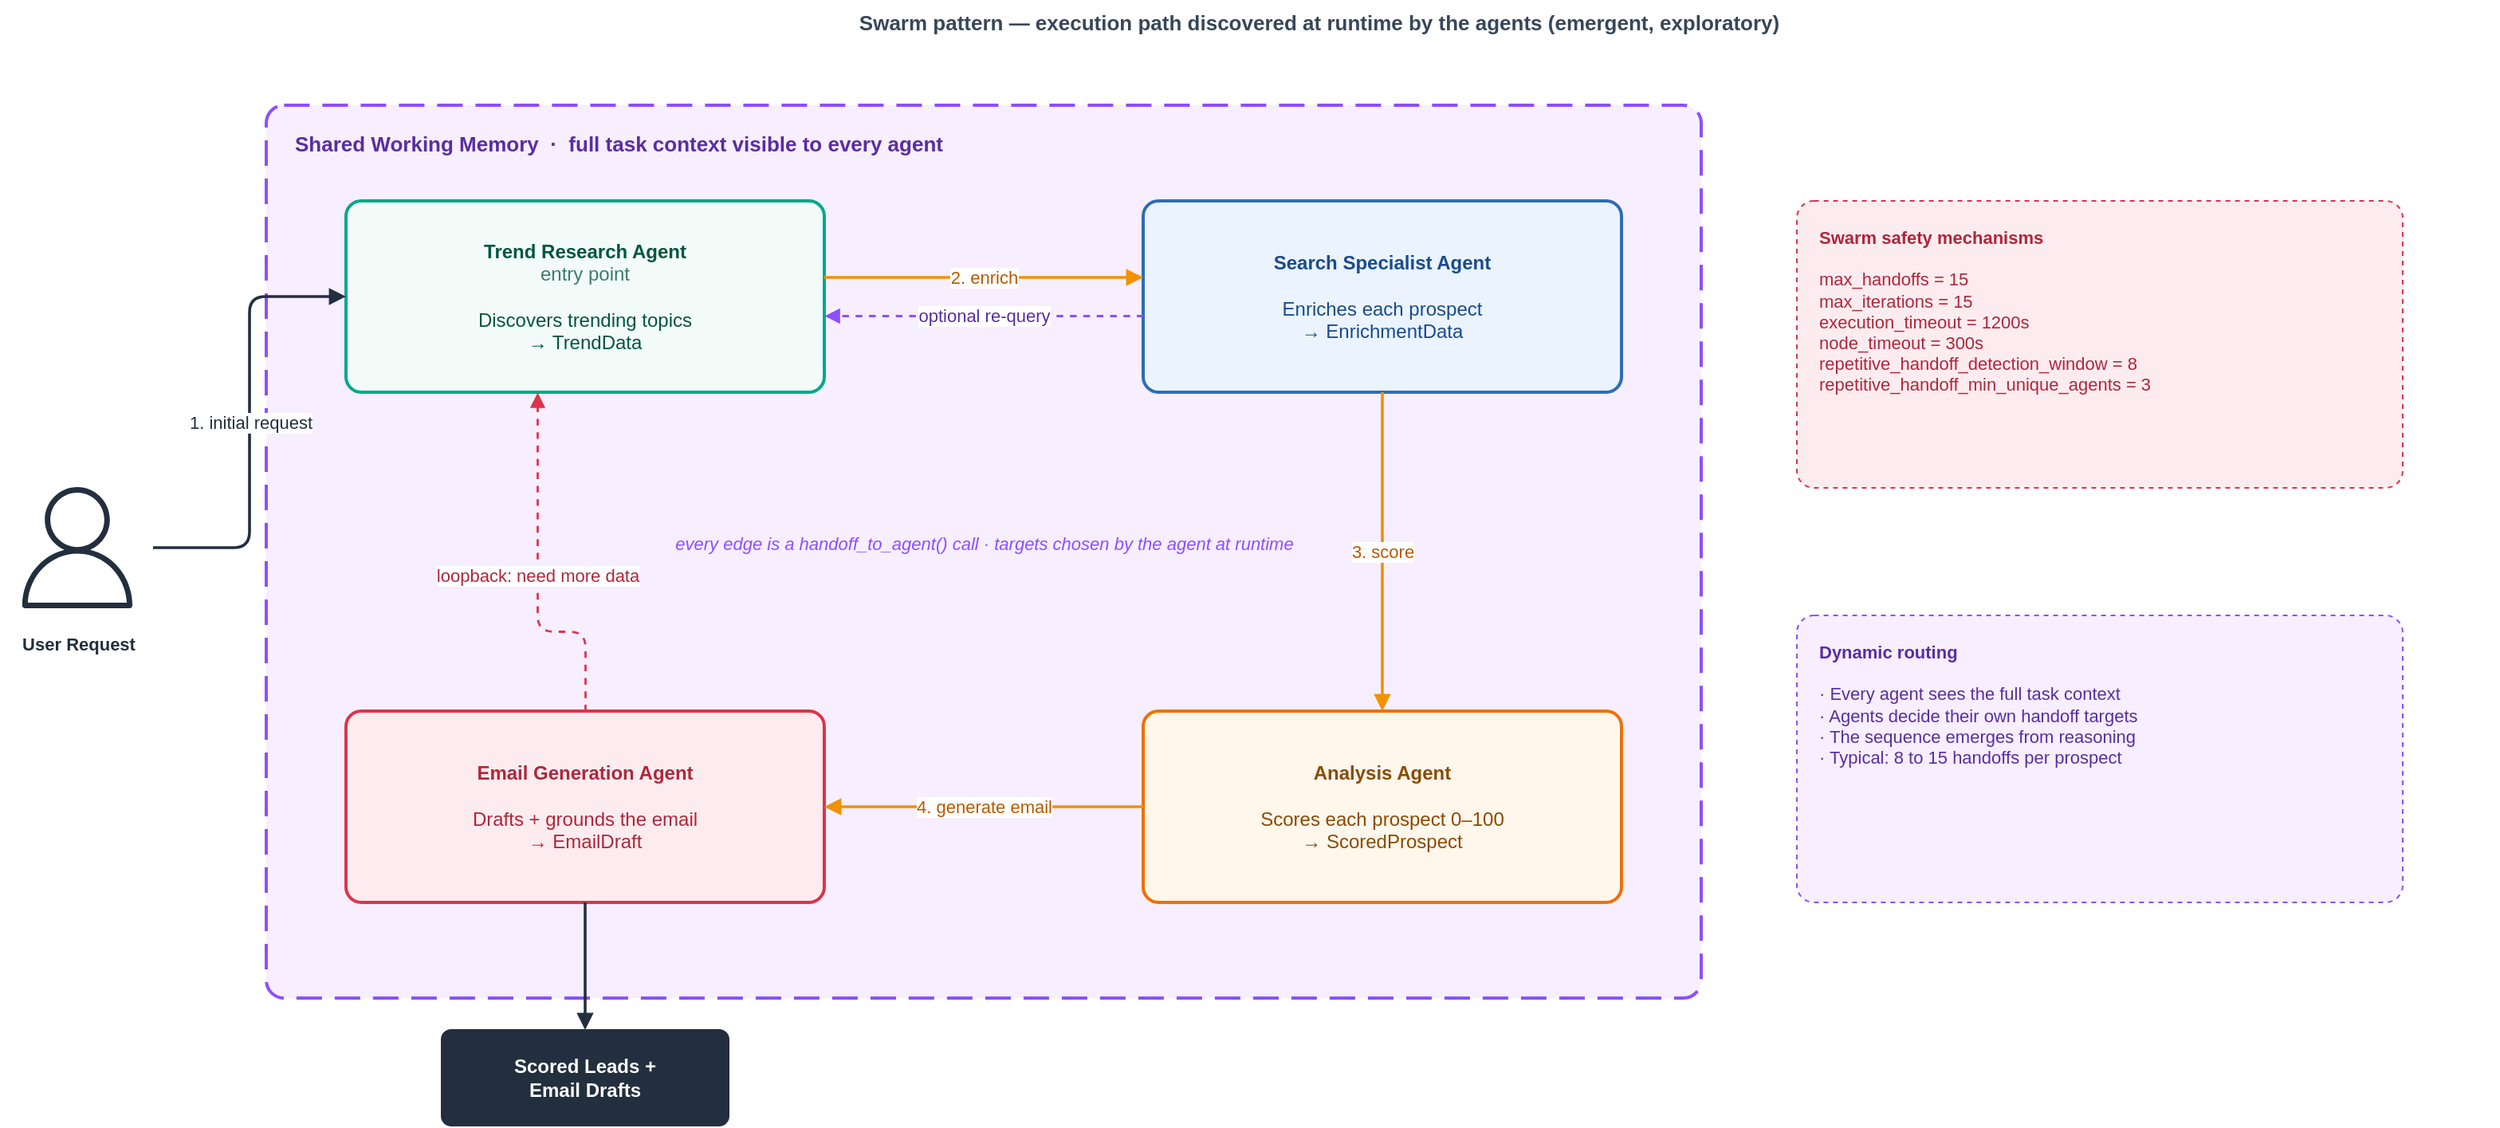
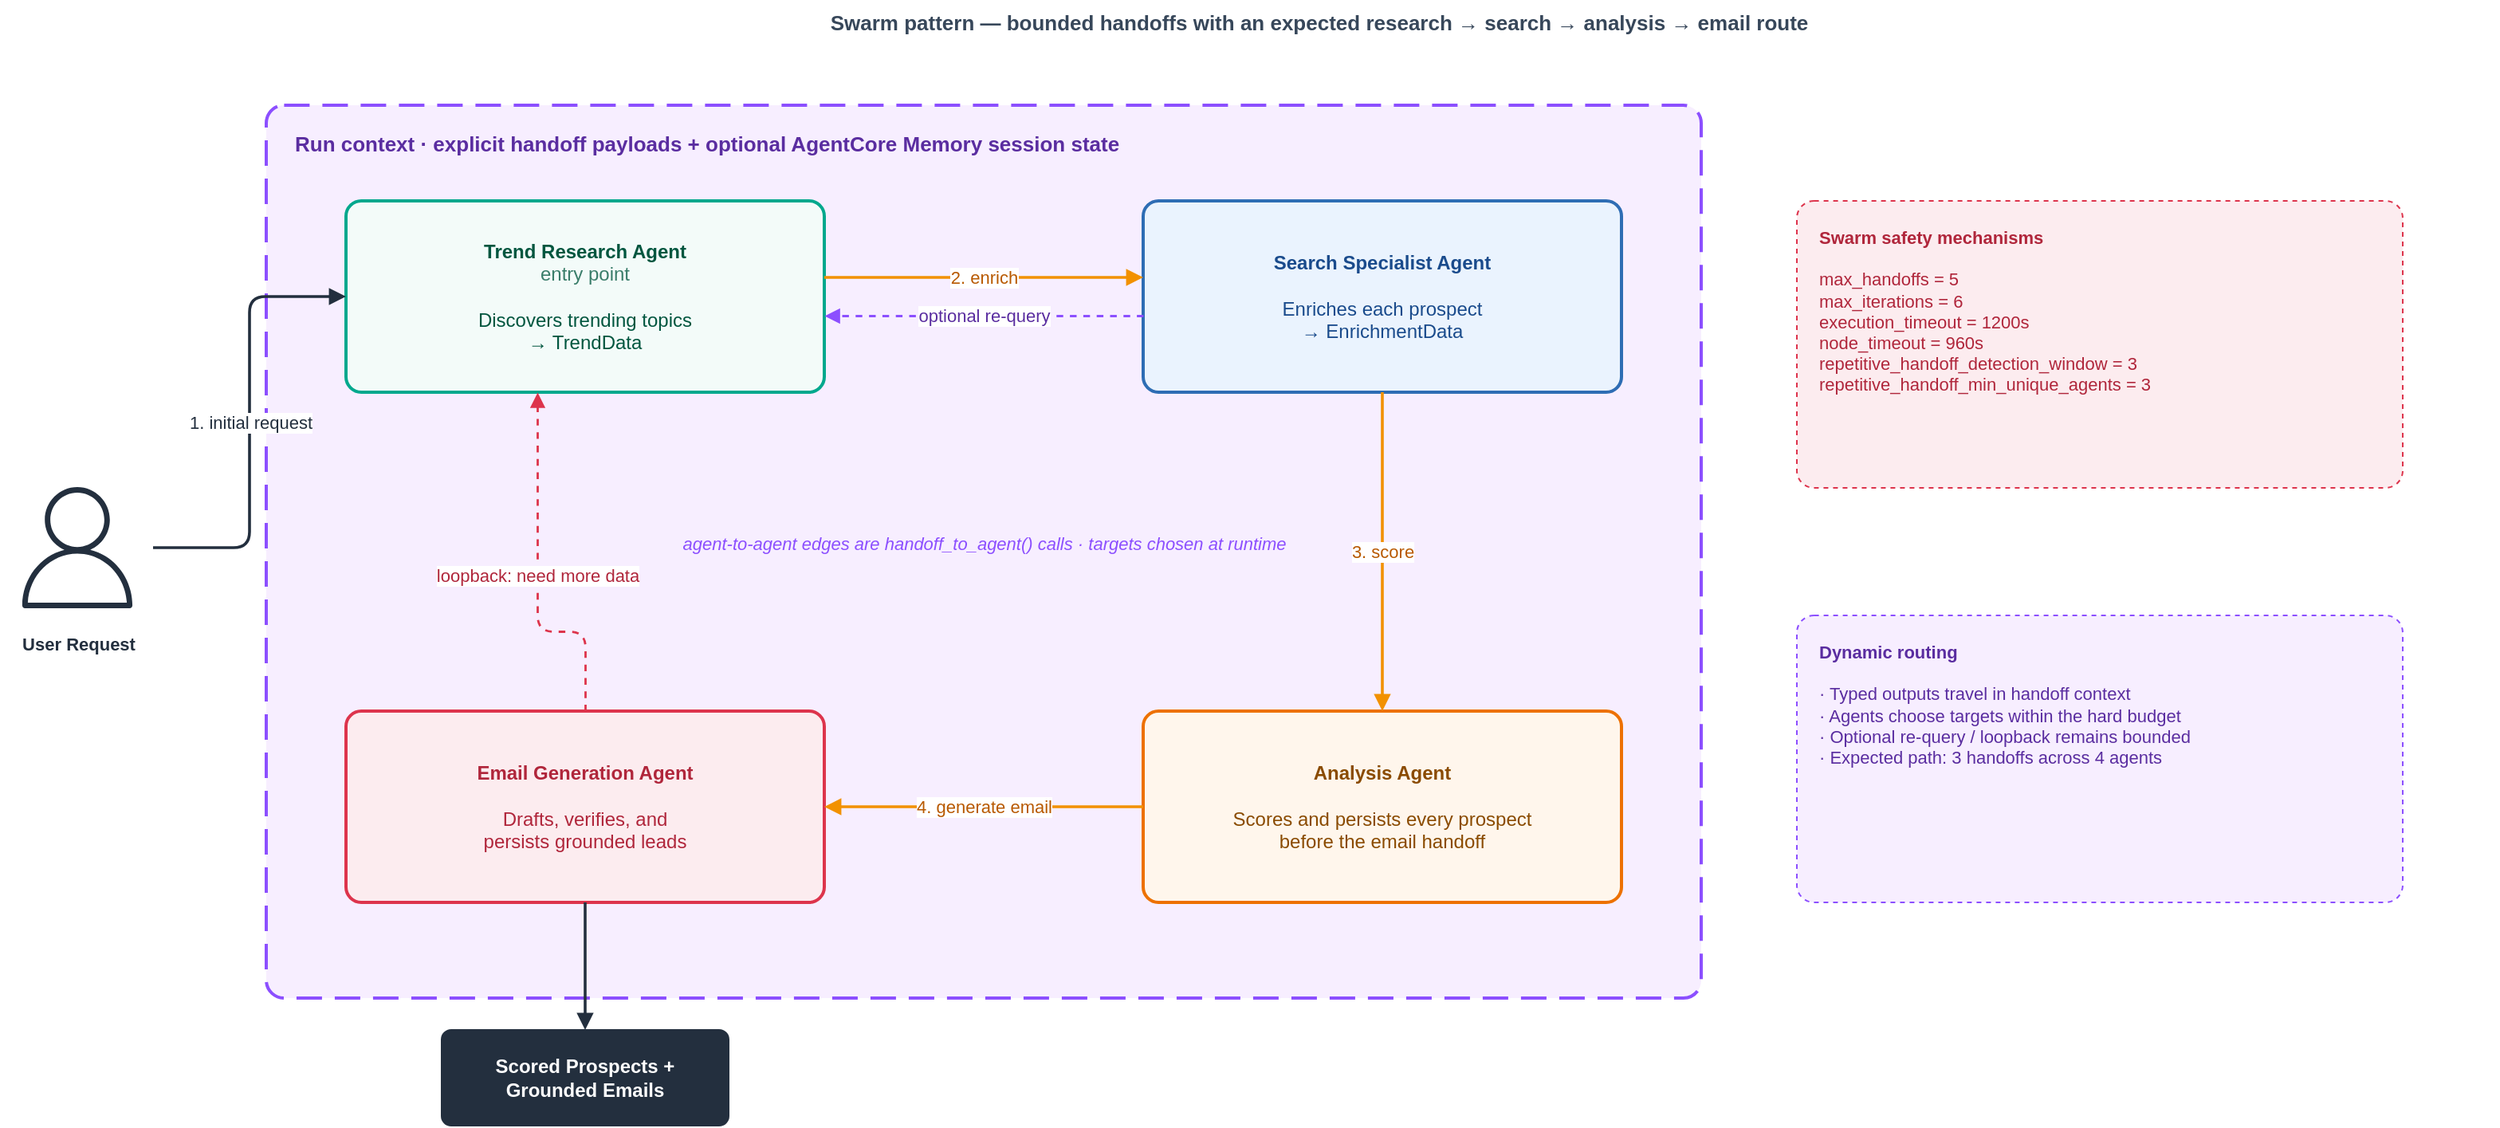
<mxfile host="app.diagrams.net" agent="Claude Code" version="24.0.0">
<diagram id="p-swarm" name="Swarm Pattern">
<mxGraphModel dx="1600" dy="900" grid="1" gridSize="10" guides="1" tooltips="1" connect="1" arrows="1" fold="1" page="1" pageScale="1" pageWidth="1720" pageHeight="760" math="0" shadow="0">
<root>
<mxCell id="0"/>
<mxCell id="1" parent="0"/>

- <mxCell id="caption" value="Swarm pattern &#8212; execution path discovered at runtime by the agents (emergent, exploratory)" style="text;html=1;fontColor=#37475A;fontSize=13;fontStyle=1;align=center;" vertex="1" parent="1">
+ <mxCell id="caption" value="Swarm pattern &#8212; bounded handoffs with an expected research &#8594; search &#8594; analysis &#8594; email route" style="text;html=1;fontColor=#37475A;fontSize=13;fontStyle=1;align=center;" vertex="1" parent="1">
<mxGeometry x="120" y="24" width="1480" height="24" as="geometry"/>
</mxCell>

<mxCell id="user" value="User Request" style="sketch=0;outlineConnect=0;fontColor=#232F3E;gradientColor=none;fillColor=none;strokeColor=#232F3E;dashed=0;verticalLabelPosition=bottom;verticalAlign=top;align=center;html=1;fontSize=11;fontStyle=1;aspect=fixed;shape=mxgraph.aws4.resourceIcon;resIcon=mxgraph.aws4.user;" vertex="1" parent="1">
<mxGeometry x="34" y="320" width="95" height="95" as="geometry"/>
</mxCell>

- <mxCell id="mem" value="Shared Working Memory&#160;&#160;&#183;&#160;&#160;full task context visible to every agent" style="rounded=1;whiteSpace=wrap;html=1;fillColor=#F7EEFF;strokeColor=#8C4FFF;verticalAlign=top;align=left;spacingLeft=16;spacingTop=10;fontColor=#5A2DA0;fontStyle=1;fontSize=13;arcSize=2;dashed=1;dashPattern=8 4;strokeWidth=2;" vertex="1" parent="1">
+ <mxCell id="mem" value="Run context &#183; explicit handoff payloads + optional AgentCore Memory session state" style="rounded=1;whiteSpace=wrap;html=1;fillColor=#F7EEFF;strokeColor=#8C4FFF;verticalAlign=top;align=left;spacingLeft=16;spacingTop=10;fontColor=#5A2DA0;fontStyle=1;fontSize=13;arcSize=2;dashed=1;dashPattern=8 4;strokeWidth=2;" vertex="1" parent="1">
<mxGeometry x="200" y="90" width="900" height="560" as="geometry"/>
</mxCell>

<mxCell id="a_trend" value="&lt;b&gt;Trend Research Agent&lt;/b&gt;&lt;br&gt;&lt;font color=&quot;#3A7D6A&quot;&gt;entry point&lt;/font&gt;&lt;br&gt;&lt;br&gt;Discovers trending topics&lt;br&gt;&#8594; TrendData" style="rounded=1;whiteSpace=wrap;html=1;fillColor=#F3FBF9;strokeColor=#01A88D;fontColor=#00563F;fontSize=12;align=center;verticalAlign=middle;arcSize=8;dashed=0;strokeWidth=2;" vertex="1" parent="1">
<mxGeometry x="250" y="150" width="300" height="120" as="geometry"/>
</mxCell>
<mxCell id="a_search" value="&lt;b&gt;Search Specialist Agent&lt;/b&gt;&lt;br&gt;&lt;br&gt;Enriches each prospect&lt;br&gt;&#8594; EnrichmentData" style="rounded=1;whiteSpace=wrap;html=1;fillColor=#EAF3FE;strokeColor=#2E6DB4;fontColor=#1A4B8C;fontSize=12;align=center;verticalAlign=middle;arcSize=8;dashed=0;strokeWidth=2;" vertex="1" parent="1">
<mxGeometry x="750" y="150" width="300" height="120" as="geometry"/>
</mxCell>
- <mxCell id="a_email" value="&lt;b&gt;Email Generation Agent&lt;/b&gt;&lt;br&gt;&lt;br&gt;Drafts + grounds the email&lt;br&gt;&#8594; EmailDraft" style="rounded=1;whiteSpace=wrap;html=1;fillColor=#FCECEF;strokeColor=#DD344C;fontColor=#B0263B;fontSize=12;align=center;verticalAlign=middle;arcSize=8;dashed=0;strokeWidth=2;" vertex="1" parent="1">
+ <mxCell id="a_email" value="&lt;b&gt;Email Generation Agent&lt;/b&gt;&lt;br&gt;&lt;br&gt;Drafts, verifies, and&lt;br&gt;persists grounded leads" style="rounded=1;whiteSpace=wrap;html=1;fillColor=#FCECEF;strokeColor=#DD344C;fontColor=#B0263B;fontSize=12;align=center;verticalAlign=middle;arcSize=8;dashed=0;strokeWidth=2;" vertex="1" parent="1">
<mxGeometry x="250" y="470" width="300" height="120" as="geometry"/>
</mxCell>
- <mxCell id="a_analysis" value="&lt;b&gt;Analysis Agent&lt;/b&gt;&lt;br&gt;&lt;br&gt;Scores each prospect 0&#8211;100&lt;br&gt;&#8594; ScoredProspect" style="rounded=1;whiteSpace=wrap;html=1;fillColor=#FFF6EC;strokeColor=#ED7100;fontColor=#8A4B00;fontSize=12;align=center;verticalAlign=middle;arcSize=8;dashed=0;strokeWidth=2;" vertex="1" parent="1">
+ <mxCell id="a_analysis" value="&lt;b&gt;Analysis Agent&lt;/b&gt;&lt;br&gt;&lt;br&gt;Scores and persists every prospect&lt;br&gt;before the email handoff" style="rounded=1;whiteSpace=wrap;html=1;fillColor=#FFF6EC;strokeColor=#ED7100;fontColor=#8A4B00;fontSize=12;align=center;verticalAlign=middle;arcSize=8;dashed=0;strokeWidth=2;" vertex="1" parent="1">
<mxGeometry x="750" y="470" width="300" height="120" as="geometry"/>
</mxCell>

- <mxCell id="handoff_note" value="every edge is a handoff_to_agent() call &#183; targets chosen by the agent at runtime" style="text;html=1;fontColor=#8C4FFF;fontSize=11;fontStyle=2;align=center;" vertex="1" parent="1">
+ <mxCell id="handoff_note" value="agent-to-agent edges are handoff_to_agent() calls &#183; targets chosen at runtime" style="text;html=1;fontColor=#8C4FFF;fontSize=11;fontStyle=2;align=center;" vertex="1" parent="1">
<mxGeometry x="470" y="352" width="360" height="20" as="geometry"/>
</mxCell>

- <mxCell id="out" value="Scored Leads +&#10;Email Drafts" style="rounded=1;whiteSpace=wrap;html=1;fillColor=#232F3E;strokeColor=#232F3E;fontColor=#FFFFFF;fontSize=12;fontStyle=1;arcSize=10;" vertex="1" parent="1">
+ <mxCell id="out" value="Scored Prospects +&#10;Grounded Emails" style="rounded=1;whiteSpace=wrap;html=1;fillColor=#232F3E;strokeColor=#232F3E;fontColor=#FFFFFF;fontSize=12;fontStyle=1;arcSize=10;" vertex="1" parent="1">
<mxGeometry x="310" y="670" width="180" height="60" as="geometry"/>
</mxCell>

- <mxCell id="safety" value="&lt;b&gt;Swarm safety mechanisms&lt;/b&gt;&lt;br&gt;&lt;br&gt;max_handoffs = 15&lt;br&gt;max_iterations = 15&lt;br&gt;execution_timeout = 1200s&lt;br&gt;node_timeout = 300s&lt;br&gt;repetitive_handoff_detection_window = 8&lt;br&gt;repetitive_handoff_min_unique_agents = 3" style="rounded=1;whiteSpace=wrap;html=1;fillColor=#FCECEF;strokeColor=#DD344C;fontColor=#B0263B;fontSize=11;align=left;verticalAlign=top;spacingLeft=12;spacingTop=10;dashed=1;arcSize=6;" vertex="1" parent="1">
+ <mxCell id="safety" value="&lt;b&gt;Swarm safety mechanisms&lt;/b&gt;&lt;br&gt;&lt;br&gt;max_handoffs = 5&lt;br&gt;max_iterations = 6&lt;br&gt;execution_timeout = 1200s&lt;br&gt;node_timeout = 960s&lt;br&gt;repetitive_handoff_detection_window = 3&lt;br&gt;repetitive_handoff_min_unique_agents = 3" style="rounded=1;whiteSpace=wrap;html=1;fillColor=#FCECEF;strokeColor=#DD344C;fontColor=#B0263B;fontSize=11;align=left;verticalAlign=top;spacingLeft=12;spacingTop=10;dashed=1;arcSize=6;" vertex="1" parent="1">
<mxGeometry x="1160" y="150" width="380" height="180" as="geometry"/>
</mxCell>
- <mxCell id="dyn" value="&lt;b&gt;Dynamic routing&lt;/b&gt;&lt;br&gt;&lt;br&gt;&#183; Every agent sees the full task context&lt;br&gt;&#183; Agents decide their own handoff targets&lt;br&gt;&#183; The sequence emerges from reasoning&lt;br&gt;&#183; Typical: 8 to 15 handoffs per prospect" style="rounded=1;whiteSpace=wrap;html=1;fillColor=#F7EEFF;strokeColor=#8C4FFF;fontColor=#5A2DA0;fontSize=11;align=left;verticalAlign=top;spacingLeft=12;spacingTop=10;dashed=1;arcSize=6;" vertex="1" parent="1">
+ <mxCell id="dyn" value="&lt;b&gt;Dynamic routing&lt;/b&gt;&lt;br&gt;&lt;br&gt;&#183; Typed outputs travel in handoff context&lt;br&gt;&#183; Agents choose targets within the hard budget&lt;br&gt;&#183; Optional re-query / loopback remains bounded&lt;br&gt;&#183; Expected path: 3 handoffs across 4 agents" style="rounded=1;whiteSpace=wrap;html=1;fillColor=#F7EEFF;strokeColor=#8C4FFF;fontColor=#5A2DA0;fontSize=11;align=left;verticalAlign=top;spacingLeft=12;spacingTop=10;dashed=1;arcSize=6;" vertex="1" parent="1">
<mxGeometry x="1160" y="410" width="380" height="180" as="geometry"/>
</mxCell>

<mxCell id="s1" value="1. initial request" style="edgeStyle=orthogonalEdgeStyle;rounded=1;html=1;dashed=0;strokeColor=#232F3E;strokeWidth=1.8;fontColor=#232F3E;fontSize=11;endArrow=block;endFill=1;labelBackgroundColor=#FFFFFF;exitX=1;exitY=0.5;exitDx=0;exitDy=0;entryX=0;entryY=0.5;entryDx=0;entryDy=0;" edge="1" parent="1" source="user" target="a_trend">
<mxGeometry relative="1" as="geometry"/>
</mxCell>

<mxCell id="s2" value="2. enrich" style="edgeStyle=orthogonalEdgeStyle;rounded=1;html=1;dashed=0;strokeColor=#F29100;strokeWidth=1.8;fontColor=#B85900;fontSize=11;endArrow=block;endFill=1;labelBackgroundColor=#FFFFFF;exitX=1;exitY=0.4;exitDx=0;exitDy=0;entryX=0;entryY=0.4;entryDx=0;entryDy=0;" edge="1" parent="1" source="a_trend" target="a_search">
<mxGeometry relative="1" as="geometry"/>
</mxCell>
<mxCell id="s2b" value="optional re-query" style="edgeStyle=orthogonalEdgeStyle;rounded=1;html=1;dashed=1;strokeColor=#8C4FFF;strokeWidth=1.4;fontColor=#5A2DA0;fontSize=11;endArrow=block;endFill=1;labelBackgroundColor=#FFFFFF;exitX=0;exitY=0.6;exitDx=0;exitDy=0;entryX=1;entryY=0.6;entryDx=0;entryDy=0;" edge="1" parent="1" source="a_search" target="a_trend">
<mxGeometry relative="1" as="geometry"/>
</mxCell>

<mxCell id="s3" value="3. score" style="edgeStyle=orthogonalEdgeStyle;rounded=1;html=1;dashed=0;strokeColor=#F29100;strokeWidth=1.8;fontColor=#B85900;fontSize=11;endArrow=block;endFill=1;labelBackgroundColor=#FFFFFF;exitX=0.5;exitY=1;exitDx=0;exitDy=0;entryX=0.5;entryY=0;entryDx=0;entryDy=0;" edge="1" parent="1" source="a_search" target="a_analysis">
<mxGeometry relative="1" as="geometry"/>
</mxCell>

<mxCell id="s4" value="4. generate email" style="edgeStyle=orthogonalEdgeStyle;rounded=1;html=1;dashed=0;strokeColor=#F29100;strokeWidth=1.8;fontColor=#B85900;fontSize=11;endArrow=block;endFill=1;labelBackgroundColor=#FFFFFF;exitX=0;exitY=0.5;exitDx=0;exitDy=0;entryX=1;entryY=0.5;entryDx=0;entryDy=0;" edge="1" parent="1" source="a_analysis" target="a_email">
<mxGeometry relative="1" as="geometry"/>
</mxCell>

<mxCell id="s5" value="loopback: need more data" style="edgeStyle=orthogonalEdgeStyle;rounded=1;html=1;dashed=1;strokeColor=#DD344C;strokeWidth=1.4;fontColor=#B0263B;fontSize=11;endArrow=block;endFill=1;labelBackgroundColor=#FFFFFF;exitX=0.5;exitY=0;exitDx=0;exitDy=0;entryX=0.4;entryY=1;entryDx=0;entryDy=0;" edge="1" parent="1" source="a_email" target="a_trend">
<mxGeometry relative="1" as="geometry">
<Array as="points">
<mxPoint x="370" y="420"/>
</Array>
</mxGeometry>
</mxCell>

<mxCell id="s6" value="" style="edgeStyle=orthogonalEdgeStyle;rounded=1;html=1;dashed=0;strokeColor=#232F3E;strokeWidth=1.8;endArrow=block;endFill=1;exitX=0.5;exitY=1;exitDx=0;exitDy=0;entryX=0.5;entryY=0;entryDx=0;entryDy=0;" edge="1" parent="1" source="a_email" target="out">
<mxGeometry relative="1" as="geometry"/>
</mxCell>

</root>
</mxGraphModel>
</diagram>
</mxfile>
